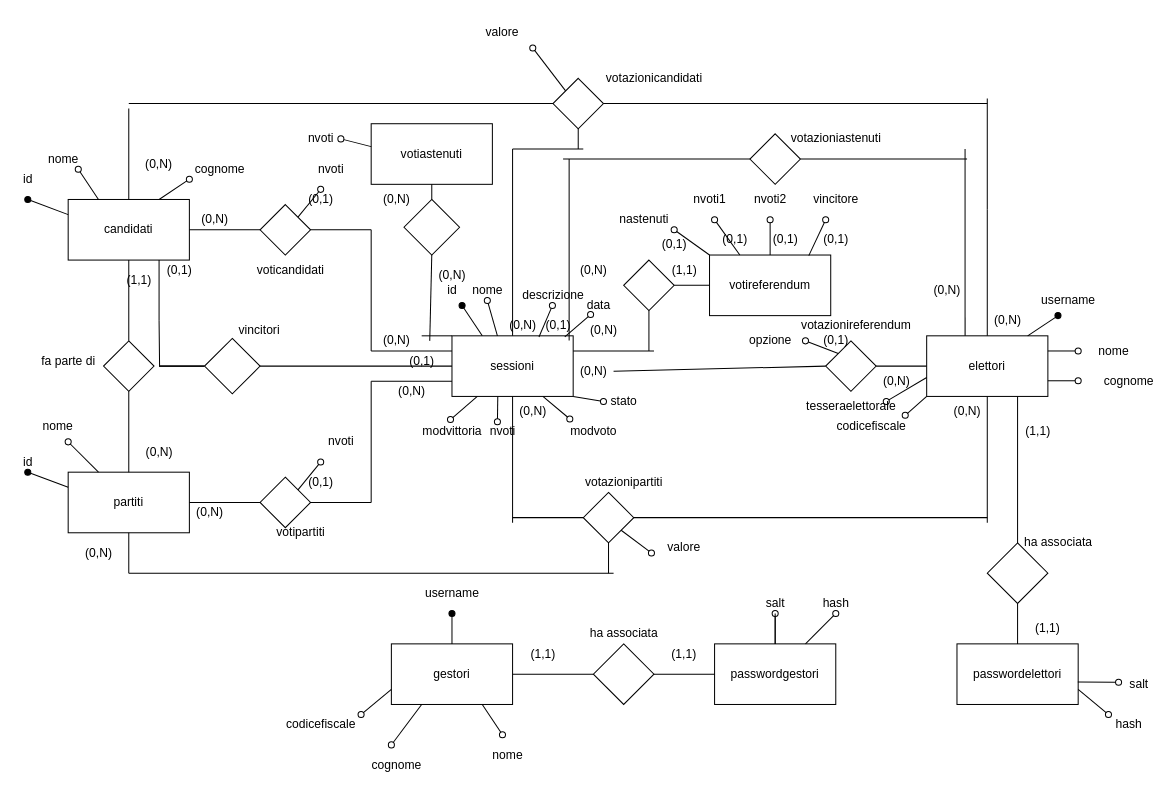
Above: docs/database/Scherma ER.drawio in gbrsni/votoElettronico (draw.io), before the change. Source tidied: cells renumbered, new cells numbered last; positions are measured from the earlier drawing's top-left corner, leaving out a move shared by most shapes. Both pictures are drawn from the tidied source at 101%, with x=0, y=0 at pixel (17, 17).
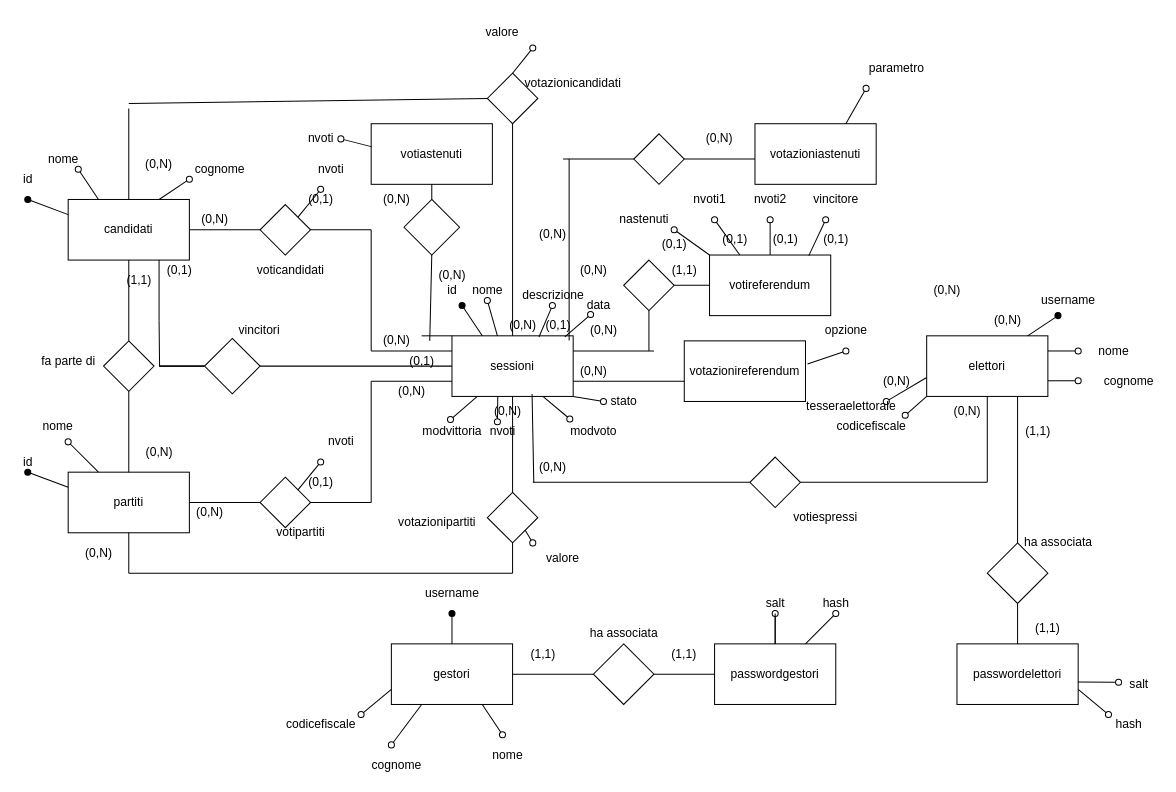
The same page after the edit.

Commit message (it also covers changes not shown here):
modifica gestione voto espresso dagli elettori

Unchanged cells that the change refers to:
```xml
<mxCell id="23" value="sessioni" style="rounded=0;whiteSpace=wrap;html=1;" parent="1" vertex="1">
  <mxGeometry x="430" y="315" width="120" height="60" as="geometry" />
</mxCell>
<mxCell id="30" value="elettori" style="rounded=0;whiteSpace=wrap;html=1;" parent="1" vertex="1">
  <mxGeometry x="900" y="315" width="120" height="60" as="geometry" />
</mxCell>
<mxCell id="183" value="(0,N)" style="text;html=1;align=center;verticalAlign=middle;points=[];strokeColor=none;fillColor=none;" parent="1" vertex="1">
  <mxGeometry x="550" y="340" width="40" height="20" as="geometry" />
</mxCell>
```

Change to the diagram source:
```diff
@@
     <mxCell id="31" style="rhombus;whiteSpace=wrap;html=1;" parent="1" vertex="1">
-      <mxGeometry x="560" y="470" width="50" height="50" as="geometry" />
+      <mxGeometry x="465" y="470" width="50" height="50" as="geometry" />
     </mxCell>
-    <mxCell id="32" style="endArrow=none;html=1;rounded=0;entryX=0;entryY=0.5;entryDx=0;entryDy=0;" parent="1" edge="1" target="31">
-      <mxGeometry relative="1" as="geometry">
-        <mxPoint x="490" y="495" as="sourcePoint" />
-      </mxGeometry>
-    </mxCell>
-    <mxCell id="33" style="endArrow=none;html=1;rounded=0;exitX=1;exitY=0.5;exitDx=0;exitDy=0;" parent="1" edge="1" source="31">
-      <mxGeometry relative="1" as="geometry">
-        <mxPoint x="960" y="495" as="targetPoint" />
-      </mxGeometry>
-    </mxCell>
@@
     <mxCell id="35" style="endArrow=none;html=1;rounded=0;" parent="1" edge="1">
       <mxGeometry relative="1" as="geometry">
         <mxPoint x="110" y="550" as="sourcePoint" />
-        <mxPoint x="590" y="550" as="targetPoint" />
+        <mxPoint x="490" y="550" as="targetPoint" />
       </mxGeometry>
     </mxCell>
-    <mxCell id="36" style="endArrow=none;html=1;rounded=0;entryX=0.5;entryY=1;entryDx=0;entryDy=0;" parent="1" edge="1" target="31">
-      <mxGeometry relative="1" as="geometry">
-        <mxPoint x="585" y="550" as="sourcePoint" />
-      </mxGeometry>
-    </mxCell>
     <mxCell id="37" value="votazionipartiti" style="text;html=1;align=center;verticalAlign=middle;strokeColor=none;fillColor=none;" parent="1" vertex="1">
-      <mxGeometry x="555" y="450" width="90" height="20" as="geometry" />
+      <mxGeometry x="370" y="490" width="90" height="20" as="geometry" />
     </mxCell>
     <mxCell id="38" style="rhombus;whiteSpace=wrap;html=1;" parent="1" vertex="1">
-      <mxGeometry x="530" y="60" width="50" height="50" as="geometry" />
+      <mxGeometry x="465" y="55" width="50" height="50" as="geometry" />
     </mxCell>
-    <mxCell id="39" style="endArrow=none;html=1;rounded=0;entryX=0.5;entryY=0;entryDx=0;entryDy=0;" parent="1" edge="1" target="23">
-      <mxGeometry relative="1" as="geometry">
-        <mxPoint x="490" y="130" as="sourcePoint" />
-      </mxGeometry>
+    <mxCell id="39" style="endArrow=none;html=1;rounded=0;entryX=0.5;entryY=0;entryDx=0;entryDy=0;exitX=0.5;exitY=1;exitDx=0;exitDy=0;" parent="1" edge="1" source="38" target="23">
+      <mxGeometry relative="1" as="geometry" />
     </mxCell>
     <mxCell id="40" style="endArrow=none;html=1;rounded=0;entryX=0.5;entryY=1;entryDx=0;entryDy=0;" parent="1" edge="1" target="23">
       <mxGeometry relative="1" as="geometry">
-        <mxPoint x="490" y="500" as="sourcePoint" />
+        <mxPoint x="490" y="470" as="sourcePoint" />
       </mxGeometry>
     </mxCell>
-    <mxCell id="41" value="votazionicandidati" style="text;html=1;align=center;verticalAlign=middle;strokeColor=none;fillColor=none;" parent="1" vertex="1">
-      <mxGeometry x="575" y="50" width="110" height="20" as="geometry" />
-    </mxCell>
@@
-    <mxCell id="43" style="endArrow=none;html=1;rounded=0;entryX=0;entryY=0;entryDx=0;entryDy=0;endFill=0;startArrow=oval;startFill=0;" parent="1" edge="1" target="38">
+    <mxCell id="43" style="endArrow=none;html=1;rounded=0;entryX=0.5;entryY=0;entryDx=0;entryDy=0;endFill=0;startArrow=oval;startFill=0;" parent="1" edge="1" target="38">
       <mxGeometry relative="1" as="geometry">
         <mxPoint x="510" y="30" as="sourcePoint" />
       </mxGeometry>
     </mxCell>
@@
-    <mxCell id="47" style="rhombus;whiteSpace=wrap;html=1;" parent="1" vertex="1">
-      <mxGeometry x="800" y="320" width="50" height="50" as="geometry" />
-    </mxCell>
-    <mxCell id="48" style="endArrow=none;html=1;rounded=0;entryX=0;entryY=0.5;entryDx=0;entryDy=0;exitX=1;exitY=0.5;exitDx=0;exitDy=0;" parent="1" edge="1" source="47" target="30">
-      <mxGeometry relative="1" as="geometry" />
-    </mxCell>
-    <mxCell id="49" style="endArrow=none;html=1;rounded=0;exitX=0.5;exitY=0;exitDx=0;exitDy=0;" parent="1" edge="1" source="30">
-      <mxGeometry relative="1" as="geometry">
-        <mxPoint x="960" y="190" as="targetPoint" />
-      </mxGeometry>
-    </mxCell>
     <mxCell id="50" style="endArrow=none;html=1;rounded=0;entryX=0.5;entryY=1;entryDx=0;entryDy=0;" parent="1" edge="1" target="30">
       <mxGeometry relative="1" as="geometry">
-        <mxPoint x="960" y="500" as="sourcePoint" />
+        <mxPoint x="960" y="460" as="sourcePoint" />
       </mxGeometry>
     </mxCell>
-    <mxCell id="51" value="votazionireferendum" style="text;html=1;align=center;verticalAlign=middle;points=[];strokeColor=none;fillColor=none;" parent="1" vertex="1">
-      <mxGeometry x="770" y="295" width="120" height="20" as="geometry" />
-    </mxCell>
@@
-    <mxCell id="69" value="(0,N)" style="text;html=1;align=center;verticalAlign=middle;strokeColor=none;fillColor=none;" parent="1" vertex="1">
-      <mxGeometry x="490" y="380" width="40" height="20" as="geometry" />
-    </mxCell>
@@
-    <mxCell id="111" style="endArrow=oval;html=1;rounded=0;exitX=0;exitY=0;exitDx=0;exitDy=0;endFill=0;" parent="1" edge="1" source="47">
-      <mxGeometry relative="1" as="geometry">
-        <mxPoint x="780" y="320" as="targetPoint" />
-      </mxGeometry>
-    </mxCell>
-    <mxCell id="112" value="opzione" style="text;html=1;align=center;verticalAlign=middle;strokeColor=none;fillColor=none;" parent="1" vertex="1">
-      <mxGeometry x="715" y="310" width="60" height="20" as="geometry" />
-    </mxCell>
-    <mxCell id="113" style="endArrow=none;html=1;rounded=0;exitX=1;exitY=0.5;exitDx=0;exitDy=0;" parent="1" edge="1" source="38">
-      <mxGeometry relative="1" as="geometry">
-        <mxPoint x="960" y="85" as="targetPoint" />
-      </mxGeometry>
-    </mxCell>
-    <mxCell id="114" style="endArrow=none;html=1;rounded=0;" parent="1" edge="1">
-      <mxGeometry relative="1" as="geometry">
-        <mxPoint x="960" y="190" as="sourcePoint" />
-        <mxPoint x="960" y="80" as="targetPoint" />
-      </mxGeometry>
-    </mxCell>
@@
-    <mxCell id="116" style="endArrow=none;html=1;rounded=0;" parent="1" edge="1">
-      <mxGeometry relative="1" as="geometry">
-        <mxPoint x="490" y="130" as="sourcePoint" />
-        <mxPoint x="560" y="130" as="targetPoint" />
-      </mxGeometry>
-    </mxCell>
-    <mxCell id="117" style="endArrow=none;html=1;rounded=0;entryX=0.5;entryY=1;entryDx=0;entryDy=0;" parent="1" edge="1" target="38">
-      <mxGeometry relative="1" as="geometry">
-        <mxPoint x="555" y="130" as="sourcePoint" />
-      </mxGeometry>
-    </mxCell>
@@
-    <mxCell id="157" value="(0,1)" style="text;html=1;align=center;verticalAlign=middle;strokeColor=none;fillColor=none;" parent="1" vertex="1">
-      <mxGeometry x="790" y="310" width="40" height="20" as="geometry" />
-    </mxCell>
-    <mxCell id="158" style="endArrow=none;html=1;rounded=0;entryX=1;entryY=1;entryDx=0;entryDy=0;endFill=0;startArrow=oval;startFill=0;" parent="1" edge="1" target="31">
-      <mxGeometry relative="1" as="geometry">
-        <mxPoint x="627.5" y="530" as="sourcePoint" />
-      </mxGeometry>
-    </mxCell>
     <mxCell id="159" value="valore" style="text;html=1;strokeColor=none;fillColor=none;align=center;verticalAlign=middle;whiteSpace=wrap;rounded=0;" parent="1" vertex="1">
-      <mxGeometry x="630" y="510" width="60" height="30" as="geometry" />
+      <mxGeometry x="510" y="520" width="60" height="30" as="geometry" />
     </mxCell>
@@
     <mxCell id="164" style="rhombus;whiteSpace=wrap;html=1;" parent="1" vertex="1">
-      <mxGeometry x="725" y="115" width="50" height="50" as="geometry" />
+      <mxGeometry x="610" y="115" width="50" height="50" as="geometry" />
     </mxCell>
@@
-    <mxCell id="166" style="endArrow=none;html=1;rounded=0;exitX=0.317;exitY=0;exitDx=0;exitDy=0;exitPerimeter=0;" parent="1" edge="1" source="30">
-      <mxGeometry relative="1" as="geometry">
-        <mxPoint x="938" y="130" as="targetPoint" />
-      </mxGeometry>
-    </mxCell>
-    <mxCell id="167" style="endArrow=none;html=1;rounded=0;exitX=1;exitY=0.5;exitDx=0;exitDy=0;" parent="1" edge="1" source="164">
-      <mxGeometry relative="1" as="geometry">
-        <mxPoint x="940" y="140" as="targetPoint" />
-      </mxGeometry>
-    </mxCell>
-    <mxCell id="168" value="votazioniastenuti" style="text;html=1;align=center;verticalAlign=middle;points=[];strokeColor=none;fillColor=none;" parent="1" vertex="1">
-      <mxGeometry x="760" y="110" width="100" height="20" as="geometry" />
-    </mxCell>
@@
-    <mxCell id="184" style="endArrow=none;html=1;rounded=0;entryX=1;entryY=0.5;entryDx=0;entryDy=0;" parent="1" edge="1" target="183">
-      <mxGeometry relative="1" as="geometry">
-        <mxPoint x="800" y="345" as="sourcePoint" />
-      </mxGeometry>
-    </mxCell>
@@
+    <mxCell id="186" style="endArrow=none;html=1;rounded=0;entryX=0.5;entryY=1;entryDx=0;entryDy=0;" parent="1" edge="1" target="31">
+      <mxGeometry relative="1" as="geometry">
+        <mxPoint x="490" y="550" as="sourcePoint" />
+      </mxGeometry>
+    </mxCell>
+    <mxCell id="187" style="endArrow=none;html=1;rounded=0;entryX=1;entryY=1;entryDx=0;entryDy=0;endFill=0;startArrow=oval;startFill=0;exitX=0;exitY=0;exitDx=0;exitDy=0;" parent="1" edge="1" source="159" target="31">
+      <mxGeometry relative="1" as="geometry" />
+    </mxCell>
+    <mxCell id="41" value="votazionicandidati" style="text;html=1;strokeColor=none;fillColor=none;align=center;verticalAlign=middle;whiteSpace=wrap;rounded=0;" parent="1" vertex="1">
+      <mxGeometry x="520" y="50" width="60" height="30" as="geometry" />
+    </mxCell>
+    <mxCell id="188" style="rhombus;whiteSpace=wrap;html=1;" parent="1" vertex="1">
+      <mxGeometry x="725" y="435" width="50" height="50" as="geometry" />
+    </mxCell>
+    <mxCell id="189" style="endArrow=none;html=1;rounded=0;exitX=1;exitY=0.5;exitDx=0;exitDy=0;" parent="1" edge="1" source="188">
+      <mxGeometry relative="1" as="geometry">
+        <mxPoint x="960" y="460" as="targetPoint" />
+      </mxGeometry>
+    </mxCell>
+    <mxCell id="190" style="endArrow=none;html=1;rounded=0;entryX=0.483;entryY=-0.117;entryDx=0;entryDy=0;entryPerimeter=0;" parent="1" edge="1">
+      <mxGeometry relative="1" as="geometry">
+        <mxPoint x="511" y="460" as="sourcePoint" />
+        <mxPoint x="509.3" y="372.7" as="targetPoint" />
+      </mxGeometry>
+    </mxCell>
+    <mxCell id="191" style="endArrow=none;html=1;rounded=0;entryX=0;entryY=0.5;entryDx=0;entryDy=0;" parent="1" edge="1" target="188">
+      <mxGeometry relative="1" as="geometry">
+        <mxPoint x="510" y="460" as="sourcePoint" />
+      </mxGeometry>
+    </mxCell>
+    <mxCell id="192" value="votiespressi" style="text;html=1;strokeColor=none;fillColor=none;align=center;verticalAlign=middle;whiteSpace=wrap;rounded=0;" parent="1" vertex="1">
+      <mxGeometry x="770" y="480" width="60" height="30" as="geometry" />
+    </mxCell>
+    <mxCell id="193" style="endArrow=none;html=1;rounded=0;exitX=1;exitY=0.75;exitDx=0;exitDy=0;" parent="1" edge="1" source="23">
+      <mxGeometry relative="1" as="geometry">
+        <mxPoint x="660" y="360" as="targetPoint" />
+      </mxGeometry>
+    </mxCell>
+    <mxCell id="51" value="votazionireferendum" style="rounded=0;whiteSpace=wrap;html=1;" parent="1" vertex="1">
+      <mxGeometry x="660" y="320" width="120" height="60" as="geometry" />
+    </mxCell>
+    <mxCell id="194" style="endArrow=oval;html=1;rounded=0;exitX=1.017;exitY=0.383;exitDx=0;exitDy=0;exitPerimeter=0;endFill=0;" parent="1" edge="1" source="51">
+      <mxGeometry relative="1" as="geometry">
+        <mxPoint x="820" y="330" as="targetPoint" />
+      </mxGeometry>
+    </mxCell>
+    <mxCell id="112" value="opzione" style="text;html=1;align=center;verticalAlign=middle;strokeColor=none;fillColor=none;" parent="1" vertex="1">
+      <mxGeometry x="790" y="300" width="60" height="20" as="geometry" />
+    </mxCell>
+    <mxCell id="195" style="endArrow=none;html=1;rounded=0;exitX=1;exitY=0.5;exitDx=0;exitDy=0;" parent="1" edge="1" source="164">
+      <mxGeometry relative="1" as="geometry">
+        <mxPoint x="730" y="140" as="targetPoint" />
+      </mxGeometry>
+    </mxCell>
+    <mxCell id="168" value="votazioniastenuti" style="rounded=0;whiteSpace=wrap;html=1;" parent="1" vertex="1">
+      <mxGeometry x="730" y="105" width="120" height="60" as="geometry" />
+    </mxCell>
+    <mxCell id="196" style="endArrow=oval;html=1;rounded=0;exitX=0.75;exitY=0;exitDx=0;exitDy=0;endFill=0;" parent="1" edge="1" source="168">
+      <mxGeometry relative="1" as="geometry">
+        <mxPoint x="840" y="70" as="targetPoint" />
+      </mxGeometry>
+    </mxCell>
+    <mxCell id="197" value="parametro" style="text;html=1;align=center;verticalAlign=middle;strokeColor=none;fillColor=none;" parent="1" vertex="1">
+      <mxGeometry x="835" y="40" width="70" height="20" as="geometry" />
+    </mxCell>
+    <mxCell id="69" value="(0,N)" style="text;html=1;align=center;verticalAlign=middle;strokeColor=none;fillColor=none;" parent="1" vertex="1">
+      <mxGeometry x="465" y="380" width="40" height="20" as="geometry" />
+    </mxCell>
+    <mxCell id="198" value="(0,N)" style="text;html=1;strokeColor=none;fillColor=none;align=center;verticalAlign=middle;whiteSpace=wrap;rounded=0;" parent="1" vertex="1">
+      <mxGeometry x="500" y="430" width="60" height="30" as="geometry" />
+    </mxCell>
+    <mxCell id="199" value="(0,N)" style="text;html=1;strokeColor=none;fillColor=none;align=center;verticalAlign=middle;whiteSpace=wrap;rounded=0;" parent="1" vertex="1">
+      <mxGeometry x="500" y="200" width="60" height="30" as="geometry" />
+    </mxCell>
+    <mxCell id="200" value="(0,N)" style="text;html=1;strokeColor=none;fillColor=none;align=center;verticalAlign=middle;whiteSpace=wrap;rounded=0;" parent="1" vertex="1">
+      <mxGeometry x="665" y="105" width="60" height="30" as="geometry" />
+    </mxCell>
```
